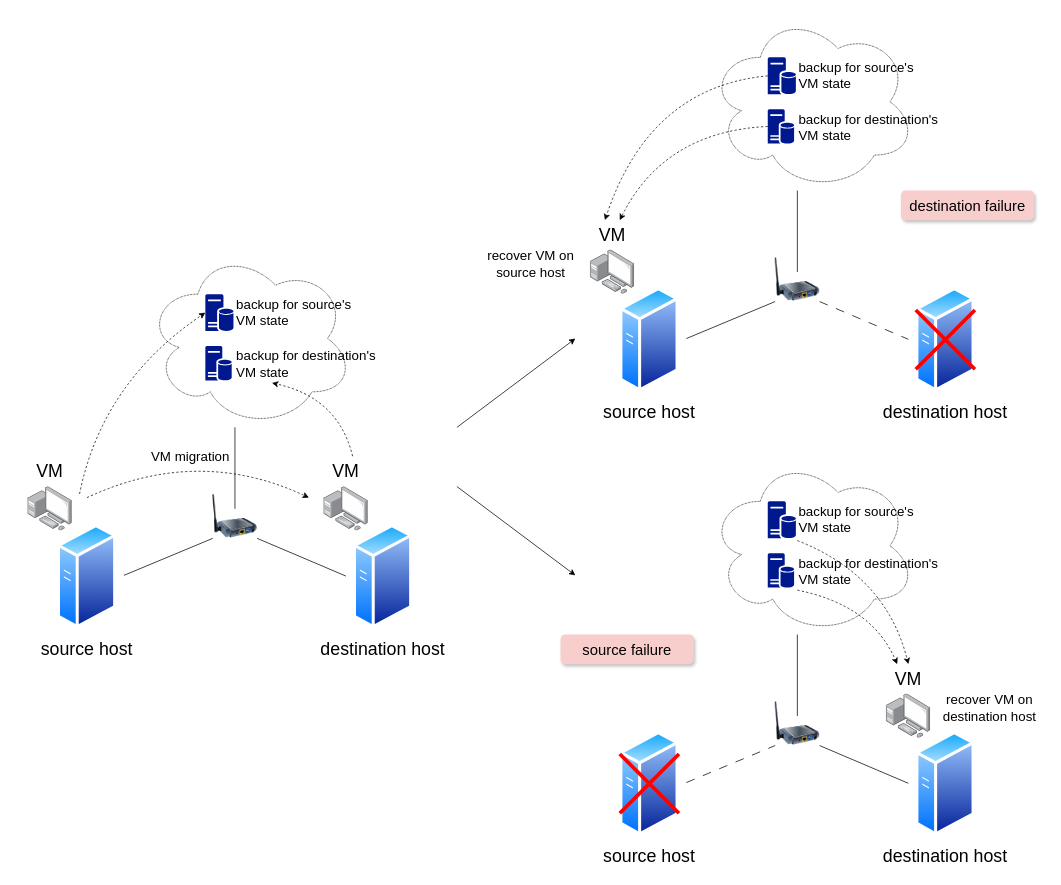
xuyizhe1999/drawio keeps this draw.io diagram as final/failover.drawio. Above is the earlier version. Source tidied: cells renumbered, new cells numbered last; positions are measured from the earlier drawing's top-left corner, leaving out a move shared by most shapes. Both pictures are drawn from the tidied source at 74%, with x=0, y=0 at pixel (13, 13).
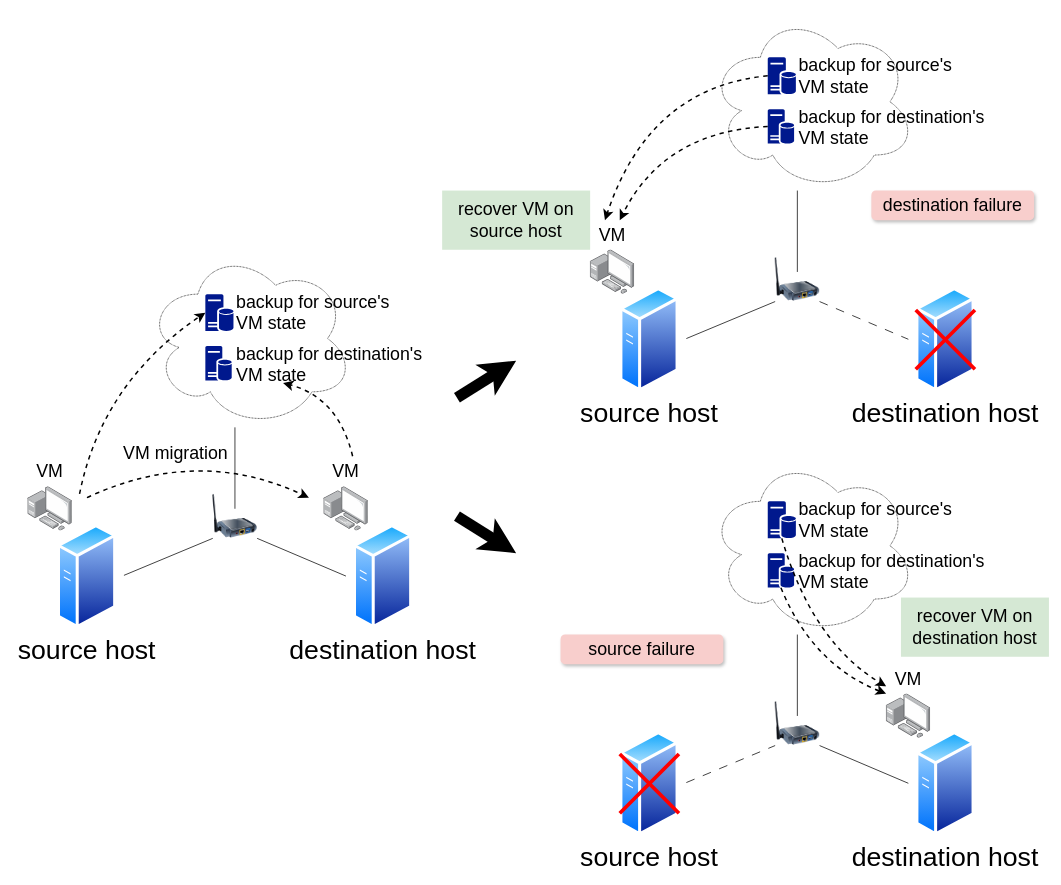
The same diagram, later.

Unchanged cells that the change refers to:
```xml
<mxCell id="14" value="&lt;font style=&quot;font-size: 24px;&quot;&gt;VM&lt;/font&gt;" style="text;html=1;strokeColor=none;fillColor=none;align=center;verticalAlign=middle;whiteSpace=wrap;rounded=0;" parent="1" vertex="1">
  <mxGeometry x="420" y="600" width="60" height="40" as="geometry" />
</mxCell>
<mxCell id="17" style="sketch=0;shadow=0;dashed=0;html=1;strokeColor=none;labelPosition=center;verticalLabelPosition=bottom;verticalAlign=top;align=center;fillColor=#00188D;shape=mxgraph.mscae.enterprise.database_server;" parent="1" vertex="1">
  <mxGeometry x="260" y="380" width="38" height="50" as="geometry" />
</mxCell>
<mxCell id="34" style="sketch=0;shadow=0;dashed=0;html=1;strokeColor=none;labelPosition=center;verticalLabelPosition=bottom;verticalAlign=top;align=center;fillColor=#00188D;shape=mxgraph.mscae.enterprise.database_server;" parent="1" vertex="1">
  <mxGeometry x="1020" y="130" width="35.6" height="46.8" as="geometry" />
</mxCell>
<mxCell id="35" style="sketch=0;shadow=0;dashed=0;html=1;strokeColor=none;labelPosition=center;verticalLabelPosition=bottom;verticalAlign=top;align=center;fillColor=#00188D;shape=mxgraph.mscae.enterprise.database_server;" parent="1" vertex="1">
  <mxGeometry x="1020" y="60" width="38" height="50" as="geometry" />
</mxCell>
<mxCell id="48" value="&lt;font style=&quot;font-size: 24px;&quot;&gt;VM&lt;/font&gt;" style="text;html=1;strokeColor=none;fillColor=none;align=center;verticalAlign=middle;whiteSpace=wrap;rounded=0;" parent="1" vertex="1">
  <mxGeometry x="1180" y="880" width="60" height="40" as="geometry" />
</mxCell>
<mxCell id="49" style="sketch=0;shadow=0;dashed=0;html=1;strokeColor=none;labelPosition=center;verticalLabelPosition=bottom;verticalAlign=top;align=center;fillColor=#00188D;shape=mxgraph.mscae.enterprise.database_server;" parent="1" vertex="1">
  <mxGeometry x="1020" y="730" width="35.6" height="46.8" as="geometry" />
</mxCell>
<mxCell id="50" style="sketch=0;shadow=0;dashed=0;html=1;strokeColor=none;labelPosition=center;verticalLabelPosition=bottom;verticalAlign=top;align=center;fillColor=#00188D;shape=mxgraph.mscae.enterprise.database_server;" parent="1" vertex="1">
  <mxGeometry x="1020" y="660" width="38" height="50" as="geometry" />
</mxCell>
```

The edit, as a diff of the source:
```diff
@@
-    <mxCell id="5" value="&lt;font style=&quot;font-size: 24px;&quot;&gt;source host&lt;/font&gt;" style="text;html=1;strokeColor=none;fillColor=none;align=center;verticalAlign=middle;whiteSpace=wrap;rounded=0;" parent="1" vertex="1">
+    <mxCell id="5" value="&lt;font style=&quot;font-size: 36px;&quot;&gt;source host&lt;/font&gt;" style="text;html=1;strokeColor=none;fillColor=none;align=center;verticalAlign=middle;whiteSpace=wrap;rounded=0;" parent="1" vertex="1">
       <mxGeometry y="840" width="200" height="40" as="geometry" />
     </mxCell>
-    <mxCell id="6" value="&lt;font style=&quot;font-size: 24px;&quot;&gt;destination host&lt;/font&gt;" style="text;html=1;strokeColor=none;fillColor=none;align=center;verticalAlign=middle;whiteSpace=wrap;rounded=0;" parent="1" vertex="1">
-      <mxGeometry x="400" y="840" width="200" height="40" as="geometry" />
+    <mxCell id="6" value="&lt;font style=&quot;font-size: 36px;&quot;&gt;destination host&lt;/font&gt;" style="text;html=1;strokeColor=none;fillColor=none;align=center;verticalAlign=middle;whiteSpace=wrap;rounded=0;" parent="1" vertex="1">
+      <mxGeometry x="360" y="840" width="280" height="40" as="geometry" />
     </mxCell>
@@
-    <mxCell id="16" style="curved=1;endArrow=classic;html=1;rounded=0;dashed=1;" parent="1" edge="1">
+    <mxCell id="16" style="curved=1;endArrow=classic;html=1;rounded=0;dashed=1;endSize=8;startSize=8;strokeWidth=2;" parent="1" edge="1">
       <mxGeometry relative="1" as="geometry">
         <mxPoint x="100" y="655" as="sourcePoint" />
         <mxPoint x="400" y="655" as="targetPoint" />
         <Array as="points">
           <mxPoint x="250" y="585" />
         </Array>
       </mxGeometry>
     </mxCell>
@@
-    <mxCell id="18" value="&lt;font style=&quot;font-size: 18px;&quot;&gt;VM migration&lt;/font&gt;" style="text;html=1;strokeColor=none;fillColor=none;align=center;verticalAlign=middle;whiteSpace=wrap;rounded=0;" parent="1" vertex="1">
-      <mxGeometry x="180" y="580" width="120" height="40" as="geometry" />
+    <mxCell id="18" value="&lt;font style=&quot;font-size: 24px;&quot;&gt;VM migration&lt;/font&gt;" style="text;html=1;strokeColor=none;fillColor=none;align=center;verticalAlign=middle;whiteSpace=wrap;rounded=0;" parent="1" vertex="1">
+      <mxGeometry x="140" y="575" width="160" height="40" as="geometry" />
     </mxCell>
-    <mxCell id="19" style="curved=1;endArrow=classic;html=1;rounded=0;entryX=0;entryY=0.5;entryDx=0;entryDy=0;entryPerimeter=0;dashed=1;" parent="1" edge="1" target="17">
+    <mxCell id="19" style="curved=1;endArrow=classic;html=1;rounded=0;entryX=0;entryY=0.5;entryDx=0;entryDy=0;entryPerimeter=0;dashed=1;strokeWidth=2;endSize=8;startSize=8;" parent="1" edge="1" target="17">
       <mxGeometry relative="1" as="geometry">
         <mxPoint x="90" y="650" as="sourcePoint" />
         <Array as="points">
           <mxPoint x="120" y="500" />
         </Array>
       </mxGeometry>
     </mxCell>
-    <mxCell id="20" style="curved=1;endArrow=classic;html=1;rounded=0;entryX=0.25;entryY=1;entryDx=0;entryDy=0;dashed=1;exitX=0.65;exitY=-0.025;exitDx=0;exitDy=0;exitPerimeter=0;" parent="1" edge="1" source="14" target="22">
+    <mxCell id="20" style="curved=1;endArrow=classic;html=1;rounded=0;entryX=0.25;entryY=1;entryDx=0;entryDy=0;dashed=1;exitX=0.65;exitY=-0.025;exitDx=0;exitDy=0;exitPerimeter=0;strokeWidth=2;endSize=8;startSize=8;" parent="1" edge="1" source="14" target="22">
       <mxGeometry relative="1" as="geometry">
         <Array as="points">
           <mxPoint x="440" y="520" />
         </Array>
       </mxGeometry>
     </mxCell>
-    <mxCell id="21" value="&lt;font style=&quot;font-size: 18px;&quot;&gt;backup for source's VM state&lt;/font&gt;" style="text;html=1;strokeColor=none;fillColor=none;align=left;verticalAlign=middle;whiteSpace=wrap;rounded=0;" parent="1" vertex="1">
-      <mxGeometry x="300" y="380" width="160" height="50" as="geometry" />
+    <mxCell id="21" value="&lt;font style=&quot;font-size: 24px;&quot;&gt;backup for source's VM state&lt;/font&gt;" style="text;html=1;strokeColor=none;fillColor=none;align=left;verticalAlign=middle;whiteSpace=wrap;rounded=0;" parent="1" vertex="1">
+      <mxGeometry x="300" y="380" width="220" height="50" as="geometry" />
     </mxCell>
-    <mxCell id="22" value="&lt;font style=&quot;font-size: 18px;&quot;&gt;backup for destination's VM state&lt;/font&gt;" style="text;html=1;strokeColor=none;fillColor=none;align=left;verticalAlign=middle;whiteSpace=wrap;rounded=0;" parent="1" vertex="1">
-      <mxGeometry x="300" y="450" width="200" height="50" as="geometry" />
+    <mxCell id="22" value="&lt;font style=&quot;font-size: 24px;&quot;&gt;backup for destination's VM state&lt;/font&gt;" style="text;html=1;strokeColor=none;fillColor=none;align=left;verticalAlign=middle;whiteSpace=wrap;rounded=0;" parent="1" vertex="1">
+      <mxGeometry x="300" y="450" width="260" height="50" as="geometry" />
     </mxCell>
@@
-    <mxCell id="26" value="&lt;font style=&quot;font-size: 24px;&quot;&gt;source host&lt;/font&gt;" style="text;html=1;strokeColor=none;fillColor=none;align=center;verticalAlign=middle;whiteSpace=wrap;rounded=0;" parent="1" vertex="1">
-      <mxGeometry x="760" y="520" width="200" height="40" as="geometry" />
-    </mxCell>
-    <mxCell id="27" value="&lt;font style=&quot;font-size: 24px;&quot;&gt;destination host&lt;/font&gt;" style="text;html=1;strokeColor=none;fillColor=none;align=center;verticalAlign=middle;whiteSpace=wrap;rounded=0;" parent="1" vertex="1">
-      <mxGeometry x="1160" y="520" width="200" height="40" as="geometry" />
-    </mxCell>
@@
-    <mxCell id="36" value="&lt;font style=&quot;font-size: 18px;&quot;&gt;backup for source's VM state&lt;/font&gt;" style="text;html=1;strokeColor=none;fillColor=none;align=left;verticalAlign=middle;whiteSpace=wrap;rounded=0;" parent="1" vertex="1">
-      <mxGeometry x="1060" y="60" width="160" height="50" as="geometry" />
-    </mxCell>
-    <mxCell id="37" value="&lt;font style=&quot;font-size: 18px;&quot;&gt;backup for destination's VM state&lt;/font&gt;" style="text;html=1;strokeColor=none;fillColor=none;align=left;verticalAlign=middle;whiteSpace=wrap;rounded=0;" parent="1" vertex="1">
-      <mxGeometry x="1060" y="130" width="200" height="50" as="geometry" />
-    </mxCell>
@@
-    <mxCell id="41" value="&lt;font style=&quot;font-size: 24px;&quot;&gt;source host&lt;/font&gt;" style="text;html=1;strokeColor=none;fillColor=none;align=center;verticalAlign=middle;whiteSpace=wrap;rounded=0;" parent="1" vertex="1">
-      <mxGeometry x="760" y="1120" width="200" height="40" as="geometry" />
-    </mxCell>
-    <mxCell id="42" value="&lt;font style=&quot;font-size: 24px;&quot;&gt;destination host&lt;/font&gt;" style="text;html=1;strokeColor=none;fillColor=none;align=center;verticalAlign=middle;whiteSpace=wrap;rounded=0;" parent="1" vertex="1">
-      <mxGeometry x="1160" y="1120" width="200" height="40" as="geometry" />
-    </mxCell>
@@
-    <mxCell id="51" value="&lt;font style=&quot;font-size: 18px;&quot;&gt;backup for source's VM state&lt;/font&gt;" style="text;html=1;strokeColor=none;fillColor=none;align=left;verticalAlign=middle;whiteSpace=wrap;rounded=0;" parent="1" vertex="1">
-      <mxGeometry x="1060" y="660" width="160" height="50" as="geometry" />
-    </mxCell>
-    <mxCell id="52" value="&lt;font style=&quot;font-size: 18px;&quot;&gt;backup for destination's VM state&lt;/font&gt;" style="text;html=1;strokeColor=none;fillColor=none;align=left;verticalAlign=middle;whiteSpace=wrap;rounded=0;" parent="1" vertex="1">
-      <mxGeometry x="1060" y="730" width="200" height="50" as="geometry" />
-    </mxCell>
@@
-    <mxCell id="57" style="curved=1;endArrow=classic;html=1;rounded=0;exitX=0;exitY=0.5;exitDx=0;exitDy=0;exitPerimeter=0;dashed=1;" parent="1" edge="1" source="35">
+    <mxCell id="57" style="curved=1;endArrow=classic;html=1;rounded=0;exitX=0;exitY=0.5;exitDx=0;exitDy=0;exitPerimeter=0;dashed=1;endSize=8;startSize=8;strokeWidth=2;" parent="1" edge="1" source="35">
       <mxGeometry relative="1" as="geometry">
         <mxPoint x="800" y="280" as="targetPoint" />
         <Array as="points">
           <mxPoint x="860" y="100" />
         </Array>
       </mxGeometry>
     </mxCell>
-    <mxCell id="58" style="curved=1;endArrow=classic;html=1;rounded=0;exitX=0;exitY=0.5;exitDx=0;exitDy=0;exitPerimeter=0;dashed=1;" parent="1" edge="1" source="34">
+    <mxCell id="58" style="curved=1;endArrow=classic;html=1;rounded=0;exitX=0;exitY=0.5;exitDx=0;exitDy=0;exitPerimeter=0;dashed=1;strokeWidth=2;endSize=8;startSize=8;" parent="1" edge="1" source="34">
       <mxGeometry relative="1" as="geometry">
         <mxPoint x="820" y="280" as="targetPoint" />
         <Array as="points">
           <mxPoint x="880" y="160" />
         </Array>
       </mxGeometry>
     </mxCell>
-    <mxCell id="59" value="&lt;font style=&quot;font-size: 18px;&quot;&gt;recover VM on source host&lt;/font&gt;" style="text;html=1;strokeColor=none;fillColor=none;align=center;verticalAlign=middle;whiteSpace=wrap;rounded=0;" parent="1" vertex="1">
-      <mxGeometry x="620" y="320" width="160" height="40" as="geometry" />
-    </mxCell>
-    <mxCell id="60" style="curved=1;endArrow=classic;html=1;rounded=0;exitX=0;exitY=1;exitDx=0;exitDy=0;entryX=0.25;entryY=0;entryDx=0;entryDy=0;dashed=1;" parent="1" edge="1" source="52" target="48">
+    <mxCell id="60" style="curved=1;endArrow=classic;html=1;rounded=0;exitX=0.5;exitY=1;exitDx=0;exitDy=0;entryX=0;entryY=1;entryDx=0;entryDy=0;dashed=1;exitPerimeter=0;endSize=8;startSize=8;strokeWidth=2;" parent="1" edge="1" source="49" target="48">
       <mxGeometry relative="1" as="geometry">
         <Array as="points">
-          <mxPoint x="1160" y="800" />
+          <mxPoint x="1080" y="880" />
         </Array>
       </mxGeometry>
     </mxCell>
-    <mxCell id="61" style="curved=1;endArrow=classic;html=1;rounded=0;exitX=1.053;exitY=1.06;exitDx=0;exitDy=0;exitPerimeter=0;entryX=0.5;entryY=0;entryDx=0;entryDy=0;dashed=1;" parent="1" edge="1" source="50" target="48">
+    <mxCell id="61" style="curved=1;endArrow=classic;html=1;rounded=0;exitX=0.5;exitY=1;exitDx=0;exitDy=0;exitPerimeter=0;entryX=0;entryY=0.75;entryDx=0;entryDy=0;dashed=1;strokeWidth=2;endSize=8;startSize=8;" parent="1" edge="1" source="50" target="48">
       <mxGeometry relative="1" as="geometry">
         <Array as="points">
-          <mxPoint x="1180" y="760" />
+          <mxPoint x="1080" y="850" />
         </Array>
       </mxGeometry>
     </mxCell>
-    <mxCell id="62" value="&lt;font style=&quot;font-size: 18px;&quot;&gt;recover VM on destination host&lt;/font&gt;" style="text;html=1;strokeColor=none;fillColor=none;align=center;verticalAlign=middle;whiteSpace=wrap;rounded=0;" parent="1" vertex="1">
-      <mxGeometry x="1240" y="920" width="160" height="40" as="geometry" />
+    <mxCell id="62" value="&lt;font style=&quot;font-size: 24px;&quot;&gt;recover VM on destination host&lt;/font&gt;" style="text;html=1;strokeColor=none;fillColor=#D5E8D4;align=center;verticalAlign=middle;whiteSpace=wrap;rounded=0;" parent="1" vertex="1">
+      <mxGeometry x="1200" y="790" width="200" height="80" as="geometry" />
     </mxCell>
-    <mxCell id="63" style="endArrow=classic;html=1;rounded=0;" parent="1" edge="1">
+    <mxCell id="63" style="endArrow=classic;html=1;rounded=0;strokeWidth=15;strokeColor=default;endSize=1;startSize=1;" parent="1" edge="1">
       <mxGeometry relative="1" as="geometry">
-        <mxPoint x="600" y="560" as="sourcePoint" />
-        <mxPoint x="760" y="440" as="targetPoint" />
+        <mxPoint x="600" y="520" as="sourcePoint" />
+        <mxPoint x="680" y="470" as="targetPoint" />
       </mxGeometry>
     </mxCell>
-    <mxCell id="64" style="endArrow=classic;html=1;rounded=0;" parent="1" edge="1">
+    <mxCell id="64" style="endArrow=classic;html=1;rounded=0;strokeWidth=15;endSize=1;startSize=1;" parent="1" edge="1">
       <mxGeometry relative="1" as="geometry">
-        <mxPoint x="600" y="640" as="sourcePoint" />
-        <mxPoint x="760" y="760" as="targetPoint" />
+        <mxPoint x="600" y="680" as="sourcePoint" />
+        <mxPoint x="680" y="730" as="targetPoint" />
       </mxGeometry>
     </mxCell>
-    <mxCell id="65" value="&lt;font style=&quot;font-size: 20px;&quot;&gt;destination failure&lt;/font&gt;" style="text;html=1;strokeColor=none;fillColor=#F8CECC;align=center;verticalAlign=middle;whiteSpace=wrap;rounded=1;shadow=1;" parent="1" vertex="1">
-      <mxGeometry x="1200" y="240" width="180" height="40" as="geometry" />
+    <mxCell id="65" value="&lt;font style=&quot;font-size: 24px;&quot;&gt;destination failure&lt;/font&gt;" style="text;html=1;strokeColor=none;fillColor=#F8CECC;align=center;verticalAlign=middle;whiteSpace=wrap;rounded=1;shadow=1;" parent="1" vertex="1">
+      <mxGeometry x="1160" y="240" width="220" height="40" as="geometry" />
     </mxCell>
-    <mxCell id="66" value="&lt;font style=&quot;font-size: 20px;&quot;&gt;source failure&lt;/font&gt;" style="text;html=1;strokeColor=none;fillColor=#F8CECC;align=center;verticalAlign=middle;whiteSpace=wrap;rounded=1;shadow=1;" parent="1" vertex="1">
-      <mxGeometry x="740" y="840" width="180" height="40" as="geometry" />
+    <mxCell id="66" value="&lt;font style=&quot;font-size: 24px;&quot;&gt;source failure&lt;/font&gt;" style="text;html=1;strokeColor=none;fillColor=#F8CECC;align=center;verticalAlign=middle;whiteSpace=wrap;rounded=1;shadow=1;" parent="1" vertex="1">
+      <mxGeometry x="740" y="840" width="220" height="40" as="geometry" />
     </mxCell>
+    <mxCell id="67" value="&lt;font style=&quot;font-size: 36px;&quot;&gt;source host&lt;/font&gt;" style="text;html=1;strokeColor=none;fillColor=none;align=center;verticalAlign=middle;whiteSpace=wrap;rounded=0;" parent="1" vertex="1">
+      <mxGeometry x="760" y="520" width="200" height="40" as="geometry" />
+    </mxCell>
+    <mxCell id="68" value="&lt;font style=&quot;font-size: 36px;&quot;&gt;destination host&lt;/font&gt;" style="text;html=1;strokeColor=none;fillColor=none;align=center;verticalAlign=middle;whiteSpace=wrap;rounded=0;" parent="1" vertex="1">
+      <mxGeometry x="1120" y="520" width="280" height="40" as="geometry" />
+    </mxCell>
+    <mxCell id="69" value="&lt;font style=&quot;font-size: 24px;&quot;&gt;backup for source's VM state&lt;/font&gt;" style="text;html=1;strokeColor=none;fillColor=none;align=left;verticalAlign=middle;whiteSpace=wrap;rounded=0;" parent="1" vertex="1">
+      <mxGeometry x="1060" y="60" width="220" height="50" as="geometry" />
+    </mxCell>
+    <mxCell id="70" value="&lt;font style=&quot;font-size: 24px;&quot;&gt;backup for destination's VM state&lt;/font&gt;" style="text;html=1;strokeColor=none;fillColor=none;align=left;verticalAlign=middle;whiteSpace=wrap;rounded=0;" parent="1" vertex="1">
+      <mxGeometry x="1060" y="130" width="260" height="50" as="geometry" />
+    </mxCell>
+    <mxCell id="71" value="&lt;font style=&quot;font-size: 36px;&quot;&gt;source host&lt;/font&gt;" style="text;html=1;strokeColor=none;fillColor=none;align=center;verticalAlign=middle;whiteSpace=wrap;rounded=0;" parent="1" vertex="1">
+      <mxGeometry x="760" y="1120" width="200" height="40" as="geometry" />
+    </mxCell>
+    <mxCell id="72" value="&lt;font style=&quot;font-size: 36px;&quot;&gt;destination host&lt;/font&gt;" style="text;html=1;strokeColor=none;fillColor=none;align=center;verticalAlign=middle;whiteSpace=wrap;rounded=0;" parent="1" vertex="1">
+      <mxGeometry x="1120" y="1120" width="280" height="40" as="geometry" />
+    </mxCell>
+    <mxCell id="73" value="&lt;font style=&quot;font-size: 24px;&quot;&gt;backup for source's VM state&lt;/font&gt;" style="text;html=1;strokeColor=none;fillColor=none;align=left;verticalAlign=middle;whiteSpace=wrap;rounded=0;" parent="1" vertex="1">
+      <mxGeometry x="1060" y="660" width="220" height="50" as="geometry" />
+    </mxCell>
+    <mxCell id="74" value="&lt;font style=&quot;font-size: 24px;&quot;&gt;backup for destination's VM state&lt;/font&gt;" style="text;html=1;strokeColor=none;fillColor=none;align=left;verticalAlign=middle;whiteSpace=wrap;rounded=0;" parent="1" vertex="1">
+      <mxGeometry x="1060" y="730" width="260" height="50" as="geometry" />
+    </mxCell>
+    <mxCell id="59" value="&lt;font style=&quot;font-size: 24px;&quot;&gt;recover VM on source host&lt;/font&gt;" style="text;html=1;strokeColor=none;fillColor=#D5E8D4;align=center;verticalAlign=middle;whiteSpace=wrap;rounded=0;" parent="1" vertex="1">
+      <mxGeometry x="580" y="240" width="200" height="80" as="geometry" />
+    </mxCell>
```
